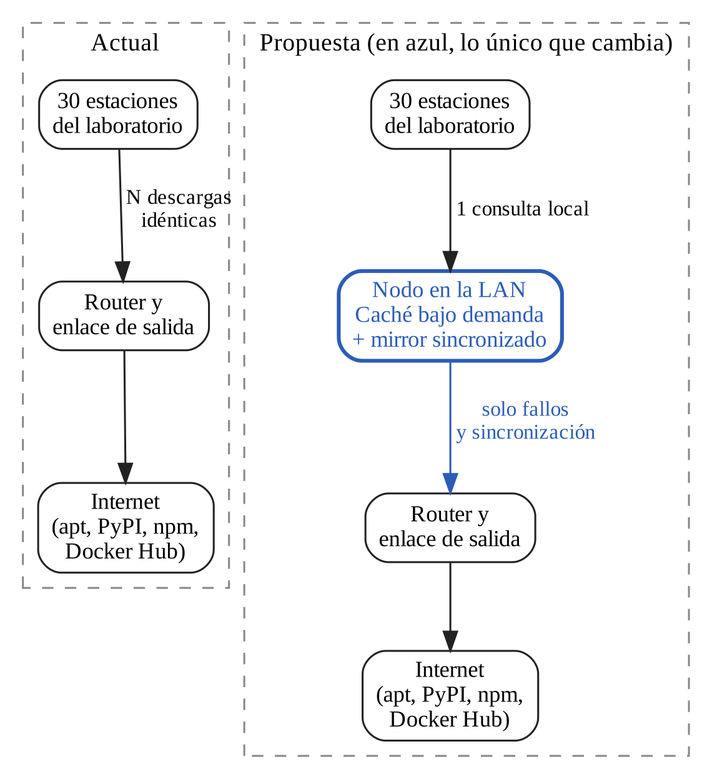
Earlier version of the Graphviz export paper/figuras/fig2-arquitectura.png (jhamer0709/infraestructura-lab-unajma). Its source is kept beside it as paper/figuras/fig2-arquitectura.dot. Source of this version:
```dot
digraph G {
  rankdir=TB; nodesep=0.25; ranksep=0.55; bgcolor="white"; compound=true;
  node [shape=box, style="rounded", fontname="Liberation Serif", fontsize=12, margin="0.1,0.06", color="#222222"];
  edge [fontname="Liberation Serif", fontsize=11, color="#222222"];
  subgraph cluster_a { label="Actual"; fontname="Liberation Serif"; fontsize=13; style=dashed; color="#888888";
    E1 [label="30 estaciones\ndel laboratorio"]; R1 [label="Router y\nenlace de salida"]; I1 [label="Internet\n(apt, PyPI, npm,\nDocker Hub)"];
    E1 -> R1 [label=" N descargas\n idénticas"]; R1 -> I1; }
  subgraph cluster_p { label="Propuesta (en azul, lo único que cambia)"; fontname="Liberation Serif"; fontsize=13; style=dashed; color="#888888";
    E2 [label="30 estaciones\ndel laboratorio"]; N2 [label="Nodo en la LAN\nCaché bajo demanda\n+ mirror sincronizado", color="#2b5db8", fontcolor="#2b5db8", penwidth=2];
    R2 [label="Router y\nenlace de salida"]; I2 [label="Internet\n(apt, PyPI, npm,\nDocker Hub)"];
    E2 -> N2 [label=" 1 consulta local"]; N2 -> R2 [label=" solo fallos\n y sincronización", color="#2b5db8", fontcolor="#2b5db8"]; R2 -> I2; }
}
```
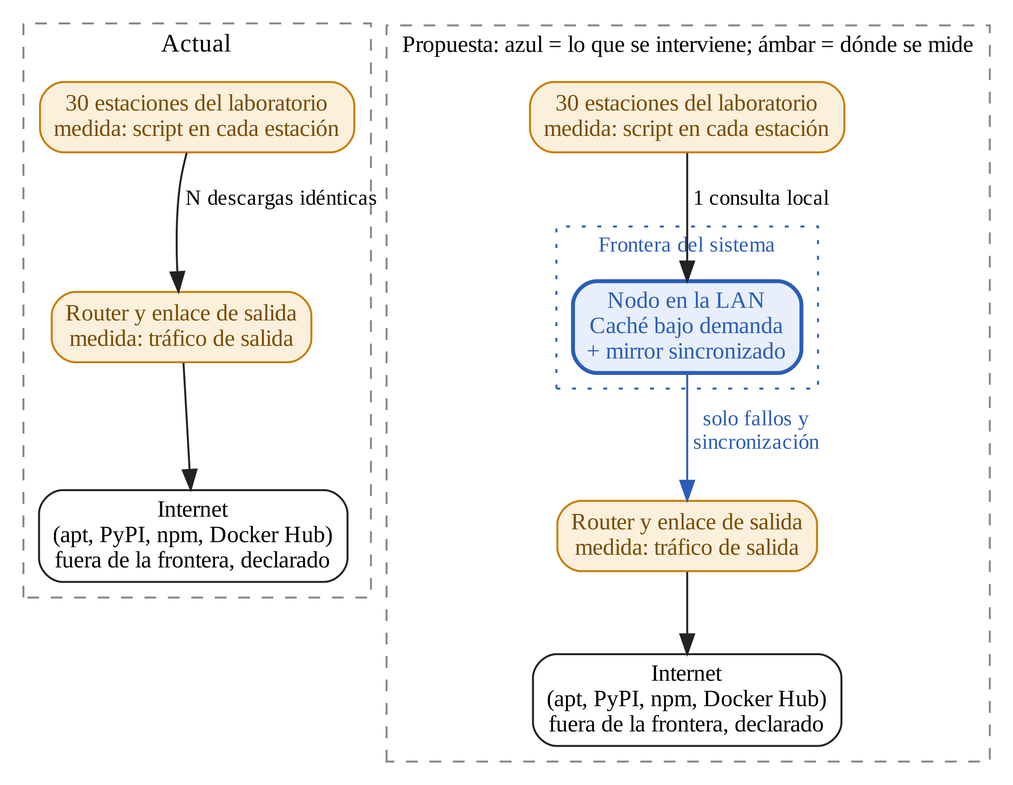
Above is the later version.

Commit message:
docs(figuras): modelo con controles, despliegue con medición y frontera, componentes

Diff of the diagram source:
```diff
@@ -1,12 +1,17 @@
 digraph G {
-  rankdir=TB; nodesep=0.25; ranksep=0.55; bgcolor="white"; compound=true;
+  rankdir=TB; nodesep=0.25; ranksep=0.5; bgcolor="white"; compound=true;
   node [shape=box, style="rounded", fontname="Liberation Serif", fontsize=12, margin="0.1,0.06", color="#222222"];
   edge [fontname="Liberation Serif", fontsize=11, color="#222222"];
   subgraph cluster_a { label="Actual"; fontname="Liberation Serif"; fontsize=13; style=dashed; color="#888888";
-    E1 [label="30 estaciones\ndel laboratorio"]; R1 [label="Router y\nenlace de salida"]; I1 [label="Internet\n(apt, PyPI, npm,\nDocker Hub)"];
-    E1 -> R1 [label=" N descargas\n idénticas"]; R1 -> I1; }
-  subgraph cluster_p { label="Propuesta (en azul, lo único que cambia)"; fontname="Liberation Serif"; fontsize=13; style=dashed; color="#888888";
-    E2 [label="30 estaciones\ndel laboratorio"]; N2 [label="Nodo en la LAN\nCaché bajo demanda\n+ mirror sincronizado", color="#2b5db8", fontcolor="#2b5db8", penwidth=2];
-    R2 [label="Router y\nenlace de salida"]; I2 [label="Internet\n(apt, PyPI, npm,\nDocker Hub)"];
-    E2 -> N2 [label=" 1 consulta local"]; N2 -> R2 [label=" solo fallos\n y sincronización", color="#2b5db8", fontcolor="#2b5db8"]; R2 -> I2; }
+    E1 [label="30 estaciones del laboratorio\nmedida: script en cada estación", color="#c77d00", fontcolor="#7a4b00", style="rounded,filled", fillcolor="#fbf0dc"];
+    R1 [label="Router y enlace de salida\nmedida: tráfico de salida", color="#c77d00", fontcolor="#7a4b00", style="rounded,filled", fillcolor="#fbf0dc"];
+    I1 [label="Internet\n(apt, PyPI, npm, Docker Hub)\nfuera de la frontera, declarado"];
+    E1 -> R1 [label=" N descargas idénticas"]; R1 -> I1; }
+  subgraph cluster_p { label="Propuesta: azul = lo que se interviene; ámbar = dónde se mide"; fontname="Liberation Serif"; fontsize=12; style=dashed; color="#888888";
+    E2 [label="30 estaciones del laboratorio\nmedida: script en cada estación", color="#c77d00", fontcolor="#7a4b00", style="rounded,filled", fillcolor="#fbf0dc"];
+    subgraph cluster_f { label="Frontera del sistema"; fontname="Liberation Serif"; fontsize=11; style=dotted; color="#2b5db8"; fontcolor="#2b5db8";
+      N2 [label="Nodo en la LAN\nCaché bajo demanda\n+ mirror sincronizado", color="#2b5db8", fontcolor="#2b5db8", penwidth=2, style="rounded,filled", fillcolor="#e8effa"]; }
+    R2 [label="Router y enlace de salida\nmedida: tráfico de salida", color="#c77d00", fontcolor="#7a4b00", style="rounded,filled", fillcolor="#fbf0dc"];
+    I2 [label="Internet\n(apt, PyPI, npm, Docker Hub)\nfuera de la frontera, declarado"];
+    E2 -> N2 [label=" 1 consulta local"]; N2 -> R2 [label=" solo fallos y\n sincronización", color="#2b5db8", fontcolor="#2b5db8"]; R2 -> I2; }
 }
```
